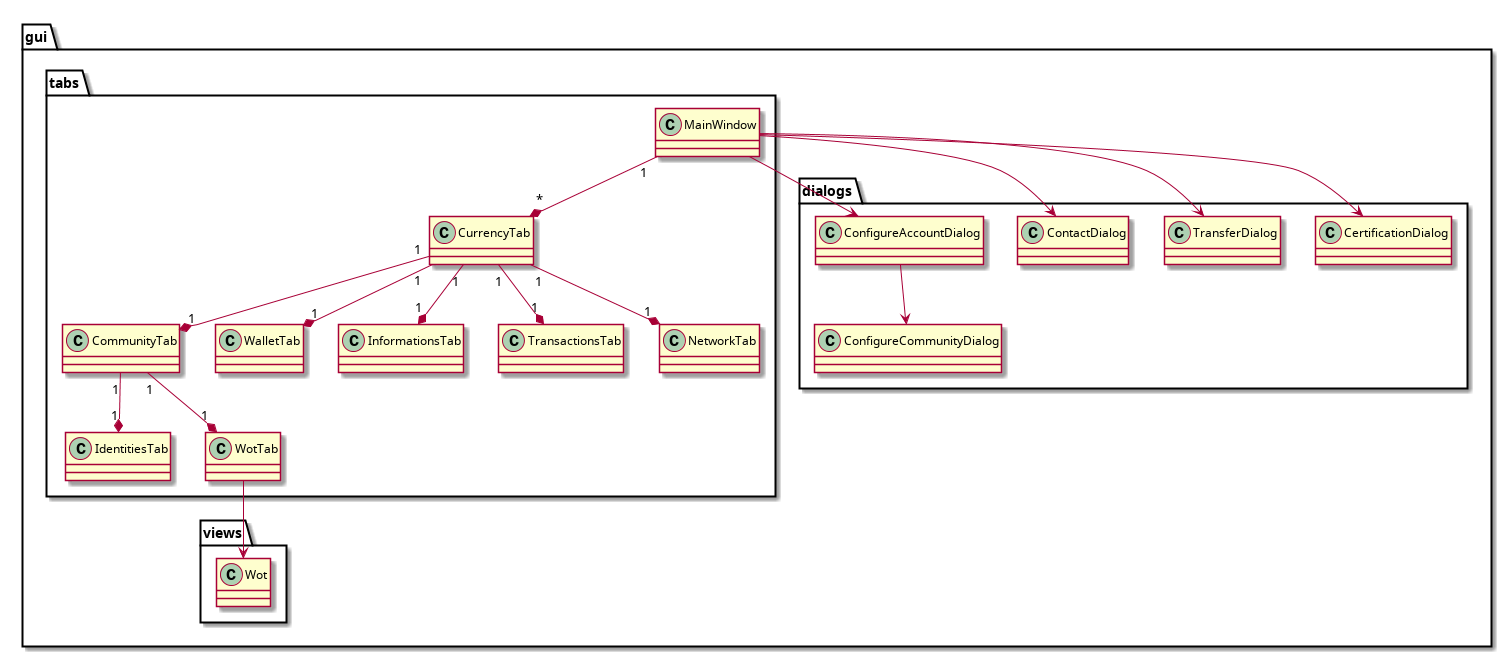
Earlier version of the PlantUML export doc/uml/gui-classes.png (duniter/sakia).
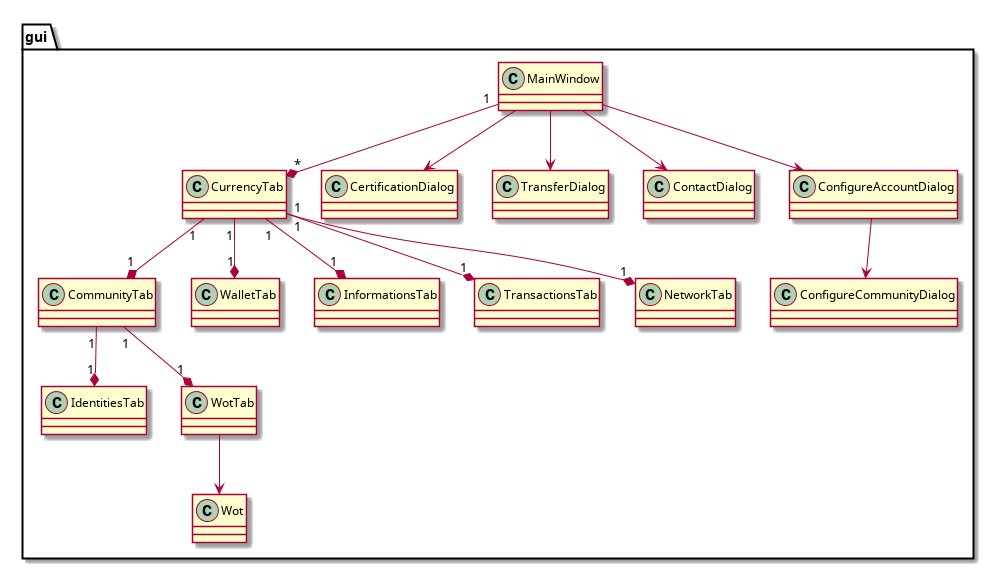
Above is the later version.

Diff of the diagram source:
```diff
@@ -2,7 +2,6 @@
 
 
 package gui {
-	package tabs {
 		class MainWindow {
 		}
 		MainWindow "1" --* "*" CurrencyTab
@@ -39,14 +38,11 @@
 
 		class WotTab {
 		}
-	}
-	package dialogs {
 		class CertificationDialog
 		class TransferDialog
 		class ContactDialog
 		class ConfigureAccountDialog
 		class ConfigureCommunityDialog
-	}
 
 	MainWindow --> CertificationDialog
 	MainWindow --> TransferDialog
@@ -54,9 +50,7 @@
 	MainWindow --> ConfigureAccountDialog
 	ConfigureAccountDialog --> ConfigureCommunityDialog
 
-	package views {
 		class Wot
 		WotTab --> Wot
-	}
 }
 @enduml
```
